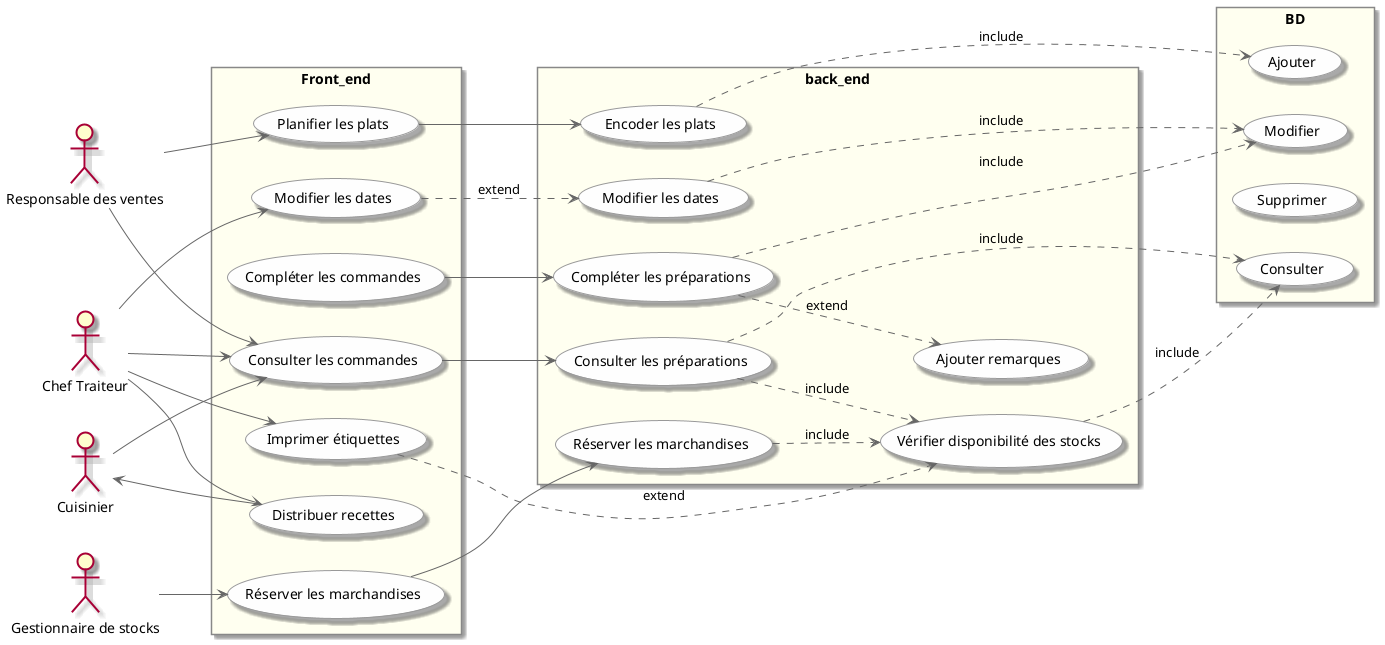
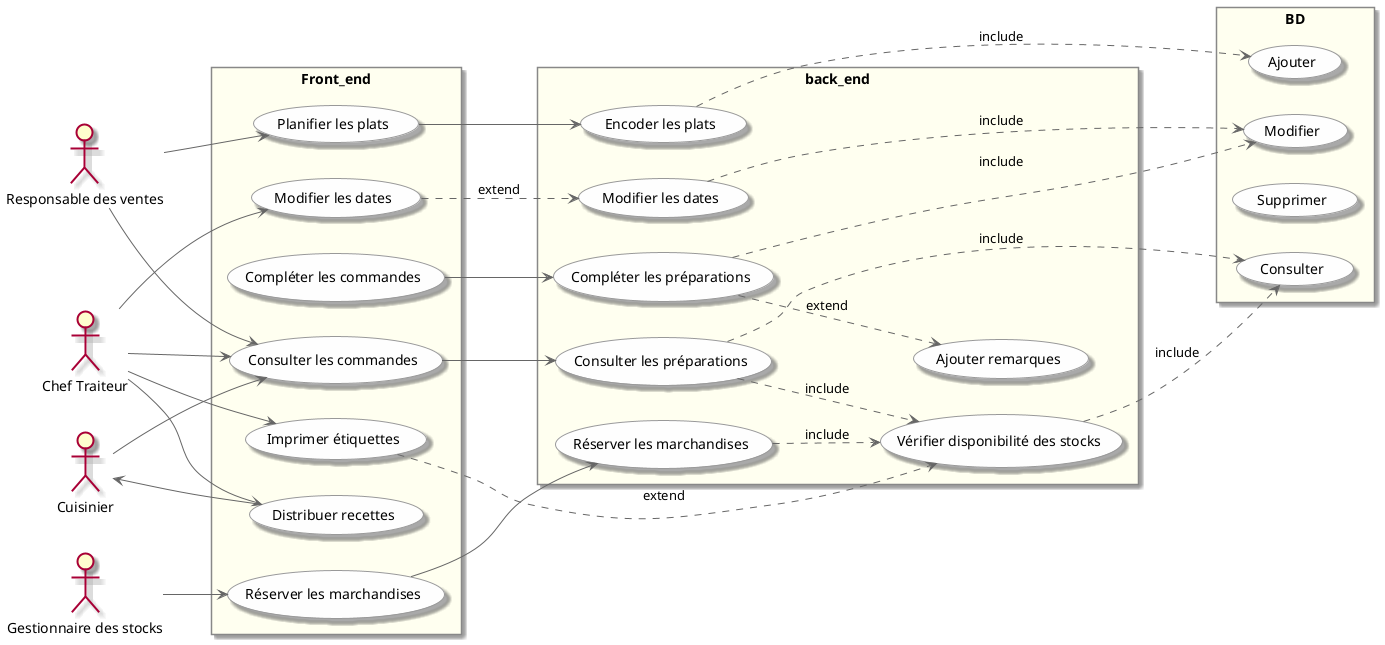
@startuml
skin rose
skinparam usecase {
  BackgroundColor #FEFEFE
  BorderColor #999999
  ArrowColor #666666
  ActorBorderColor #555555
}
skinparam rectangle {
  BorderColor #888888
  BackgroundColor #FFFFF0
}

left to right direction


actor "Responsable des ventes"  as RV
actor "Chef Traiteur"           as CT
- actor "Gestionnaire de stocks"  as GS
+ actor "Gestionnaire des stocks"  as GS
actor "Cuisinier"               as CU


rectangle Front_end {
  (Planifier les plats) as PP
  (Consulter les commandes) as CC
  (Compléter les commandes) as CC2
  (Réserver les marchandises) as RM
  (Distribuer recettes) as DR
  (Imprimer étiquettes) as IE
  (Modifier les dates) as MD
  RV --> PP
  RV --> CC
  CT --> CC
  CT --> DR
  GS --> RM
  DR --> CU
  CU --> CC
  CT --> IE
  CT --> MD
}

rectangle back_end {
  (Encoder les plats) as EP
  (Consulter les préparations) as CP
  (Compléter les préparations) as CP2
  (Réserver les marchandises) as RM2
  (Vérifier disponibilité des stocks) as VDS
  (Modifier les dates) as MD2
  (Ajouter remarques) as AR
  PP --> EP
  CC --> CP
  CC2 --> CP2
  RM --> RM2
  RM2 ..> VDS : include
  CP ..> VDS : include
  CP2 ..> AR : extend
  IE ..> VDS : extend
  MD ..> MD2 : extend
}

rectangle BD {
  (Ajouter) as A
  (Modifier) as M
  (Supprimer) as S
  (Consulter) as C
  EP ..> A : include
  CP ..> C : include
  CP2 ..> M : include
  VDS ..> C : include
  MD2 ..> M : include
}

@enduml